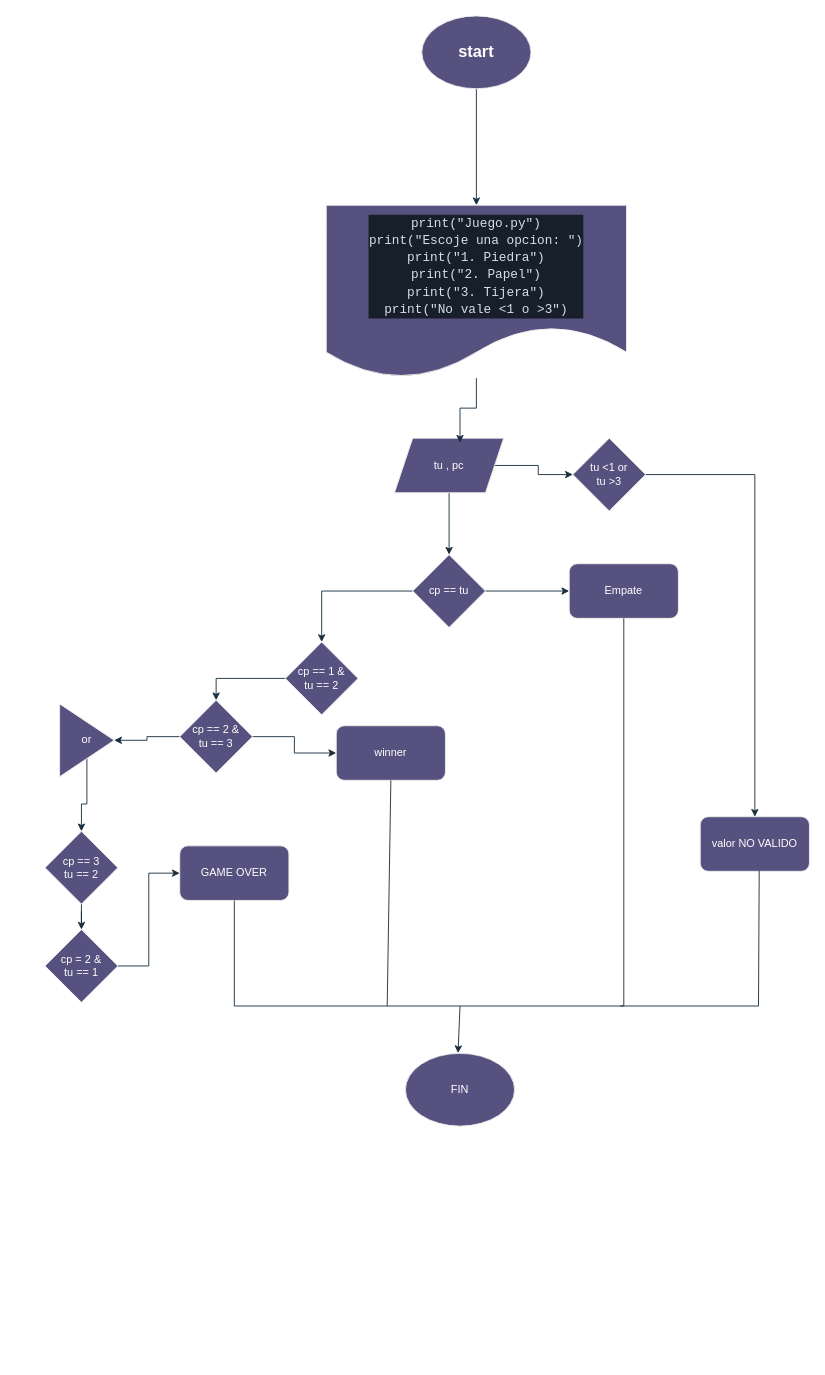
Above: diagrama.drawio in AlfonzoDebian/Juego-Random (draw.io), before the change. Source tidied: cells renumbered, new cells numbered last; positions are measured from the earlier drawing's top-left corner, leaving out a move shared by most shapes. Both pictures are drawn from the tidied source at 91%, with x=0, y=0 at pixel (45, 15).
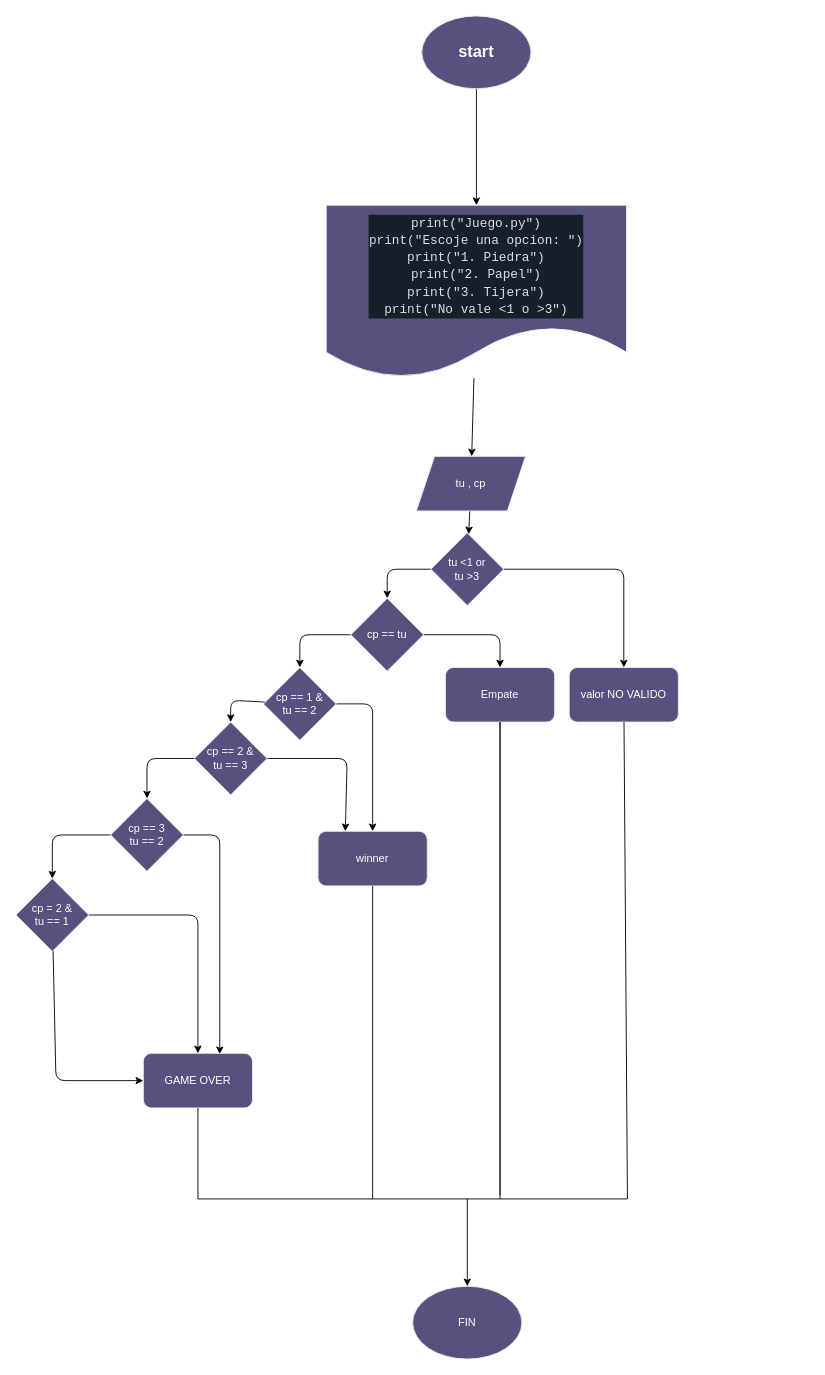
Above is the later version.

The change refers to these unchanged cells:
```xml
<mxCell id="3" value="&lt;h2&gt;start&lt;/h2&gt;" style="ellipse;whiteSpace=wrap;html=1;fillColor=#56517E;strokeColor=#EEEEEE;labelBackgroundColor=none;fontColor=#FFFFFF;" parent="1" vertex="1">
  <mxGeometry x="414" width="120" height="80" as="geometry" />
</mxCell>
<mxCell id="7" value="&lt;div style=&quot;color: rgb(217, 223, 231); background-color: rgb(23, 31, 43); font-family: &amp;quot;Victor Mono Thin&amp;quot;, Consolas, &amp;quot;Courier New&amp;quot;, monospace; font-size: 14px; line-height: 19px; white-space: pre;&quot;&gt;&lt;div&gt;print(&quot;Juego.py&quot;)&lt;/div&gt;&lt;div&gt;print(&quot;Escoje una opcion: &quot;)&lt;/div&gt;&lt;div&gt;print(&quot;1. Piedra&quot;)&lt;/div&gt;&lt;div&gt;print(&quot;2. Papel&quot;)&lt;/div&gt;&lt;div&gt;print(&quot;3. Tijera&quot;)&lt;/div&gt;&lt;div&gt;print(&quot;No vale &amp;lt;1 o &amp;gt;3&quot;)&lt;/div&gt;&lt;/div&gt;" style="shape=document;whiteSpace=wrap;html=1;boundedLbl=1;fillColor=#56517E;strokeColor=#EEEEEE;labelBackgroundColor=none;fontColor=#FFFFFF;" parent="1" vertex="1">
  <mxGeometry x="309" y="208" width="330" height="190" as="geometry" />
</mxCell>
```

Diff of the diagram source:
```diff
@@
-    <mxCell id="2" style="edgeStyle=orthogonalEdgeStyle;rounded=0;jettySize=auto;html=1;entryX=0.5;entryY=0;entryDx=0;entryDy=0;labelBackgroundColor=none;strokeColor=#182E3E;fontColor=default;" parent="1" edge="1" source="3" target="7">
+    <mxCell id="2" style="edgeStyle=none;html=1;entryX=0.5;entryY=0;entryDx=0;entryDy=0;" parent="1" edge="1" source="3" target="7">
       <mxGeometry relative="1" as="geometry" />
     </mxCell>
@@
-    <mxCell id="4" style="edgeStyle=orthogonalEdgeStyle;rounded=0;jettySize=auto;html=1;labelBackgroundColor=none;strokeColor=#182E3E;fontColor=default;" parent="1" edge="1" source="6" target="11">
-      <mxGeometry relative="1" as="geometry" />
-    </mxCell>
-    <mxCell id="5" style="edgeStyle=orthogonalEdgeStyle;rounded=0;jettySize=auto;html=1;strokeColor=#182E3E;" parent="1" edge="1" source="6" target="33">
+    <mxCell id="5" style="edgeStyle=none;html=1;" parent="1" edge="1" source="6" target="33">
       <mxGeometry relative="1" as="geometry" />
     </mxCell>
-    <mxCell id="6" value="tu , pc" style="shape=parallelogram;perimeter=parallelogramPerimeter;whiteSpace=wrap;html=1;fixedSize=1;fillColor=#56517E;fontColor=#FFFFFF;strokeColor=#EEEEEE;labelBackgroundColor=none;" parent="1" vertex="1">
-      <mxGeometry x="384" y="464" width="120" height="60" as="geometry" />
+    <mxCell id="6" value="tu , cp" style="shape=parallelogram;perimeter=parallelogramPerimeter;whiteSpace=wrap;html=1;fixedSize=1;fillColor=#56517E;fontColor=#FFFFFF;strokeColor=#EEEEEE;labelBackgroundColor=none;" parent="1" vertex="1">
+      <mxGeometry x="408" y="484" width="120" height="60" as="geometry" />
     </mxCell>
+    <mxCell id="8" style="edgeStyle=none;html=1;" parent="1" edge="1" source="7" target="6">
+      <mxGeometry relative="1" as="geometry" />
+    </mxCell>
@@
-    <mxCell id="8" style="edgeStyle=orthogonalEdgeStyle;rounded=0;jettySize=auto;html=1;entryX=0.6;entryY=0.083;entryDx=0;entryDy=0;entryPerimeter=0;labelBackgroundColor=none;strokeColor=#182E3E;fontColor=default;" parent="1" edge="1" source="7" target="6">
-      <mxGeometry relative="1" as="geometry" />
-    </mxCell>
+    <mxCell id="10" style="edgeStyle=none;html=1;entryX=0.5;entryY=0;entryDx=0;entryDy=0;" parent="1" edge="1" source="11" target="15">
+      <mxGeometry relative="1" as="geometry">
+        <Array as="points">
+          <mxPoint x="280" y="680" />
+        </Array>
+      </mxGeometry>
+    </mxCell>
-    <mxCell id="9" style="edgeStyle=orthogonalEdgeStyle;rounded=0;jettySize=auto;html=1;labelBackgroundColor=none;strokeColor=#182E3E;fontColor=default;" parent="1" edge="1" source="11" target="12">
-      <mxGeometry relative="1" as="geometry" />
+    <mxCell id="9" style="edgeStyle=none;html=1;entryX=0.5;entryY=0;entryDx=0;entryDy=0;" parent="1" edge="1" source="11" target="12">
+      <mxGeometry relative="1" as="geometry">
+        <Array as="points">
+          <mxPoint x="500" y="680" />
+        </Array>
+      </mxGeometry>
     </mxCell>
-    <mxCell id="10" style="edgeStyle=orthogonalEdgeStyle;rounded=0;jettySize=auto;html=1;entryX=0.5;entryY=0;entryDx=0;entryDy=0;strokeColor=#182E3E;" parent="1" edge="1" source="11" target="15">
-      <mxGeometry relative="1" as="geometry" />
-    </mxCell>
     <mxCell id="11" value="cp == tu" style="rhombus;whiteSpace=wrap;html=1;labelBackgroundColor=none;fillColor=#56517E;strokeColor=#EEEEEE;fontColor=#FFFFFF;" parent="1" vertex="1">
-      <mxGeometry x="404" y="592" width="80" height="80" as="geometry" />
+      <mxGeometry x="336" y="640" width="80" height="80" as="geometry" />
     </mxCell>
     <mxCell id="12" value="Empate" style="rounded=1;whiteSpace=wrap;html=1;labelBackgroundColor=none;fillColor=#56517E;strokeColor=#EEEEEE;fontColor=#FFFFFF;" parent="1" vertex="1">
-      <mxGeometry x="576" y="602" width="120" height="60" as="geometry" />
+      <mxGeometry x="440" y="716" width="120" height="60" as="geometry" />
     </mxCell>
     <mxCell id="13" value="FIN" style="ellipse;whiteSpace=wrap;html=1;labelBackgroundColor=none;fillColor=#56517E;strokeColor=#EEEEEE;fontColor=#FFFFFF;" parent="1" vertex="1">
-      <mxGeometry x="396" y="1140" width="120" height="80" as="geometry" />
+      <mxGeometry x="404" y="1396" width="120" height="80" as="geometry" />
     </mxCell>
-    <mxCell id="14" style="edgeStyle=orthogonalEdgeStyle;rounded=0;jettySize=auto;html=1;entryX=0.5;entryY=0;entryDx=0;entryDy=0;strokeColor=#182E3E;" parent="1" edge="1" source="15" target="18">
-      <mxGeometry relative="1" as="geometry" />
+    <mxCell id="14" style="edgeStyle=none;html=1;entryX=0.5;entryY=0;entryDx=0;entryDy=0;" parent="1" edge="1" source="15" target="18">
+      <mxGeometry relative="1" as="geometry">
+        <Array as="points">
+          <mxPoint x="204" y="752" />
+        </Array>
+      </mxGeometry>
     </mxCell>
+    <mxCell id="37" style="edgeStyle=none;html=1;entryX=0.5;entryY=0;entryDx=0;entryDy=0;" parent="1" edge="1" source="15" target="19">
+      <mxGeometry relative="1" as="geometry">
+        <Array as="points">
+          <mxPoint x="360" y="756" />
+        </Array>
+      </mxGeometry>
+    </mxCell>
     <mxCell id="15" value="cp == 1 &amp;amp;&lt;div&gt;tu == 2&lt;/div&gt;" style="rhombus;whiteSpace=wrap;html=1;strokeColor=#EEEEEE;fontColor=#FFFFFF;fillColor=#56517E;" parent="1" vertex="1">
-      <mxGeometry x="264" y="688" width="80" height="80" as="geometry" />
+      <mxGeometry x="240" y="716" width="80" height="80" as="geometry" />
     </mxCell>
+    <mxCell id="38" style="edgeStyle=none;html=1;entryX=0.5;entryY=0;entryDx=0;entryDy=0;" parent="1" edge="1" source="18" target="23">
+      <mxGeometry relative="1" as="geometry">
+        <Array as="points">
+          <mxPoint x="112" y="816" />
+        </Array>
+      </mxGeometry>
+    </mxCell>
-    <mxCell id="16" style="edgeStyle=orthogonalEdgeStyle;rounded=0;jettySize=auto;html=1;entryX=0;entryY=0.5;entryDx=0;entryDy=0;strokeColor=#182E3E;" parent="1" edge="1" source="18" target="19">
-      <mxGeometry relative="1" as="geometry" />
+    <mxCell id="16" style="edgeStyle=none;html=1;entryX=0.25;entryY=0;entryDx=0;entryDy=0;" parent="1" edge="1" source="18" target="19">
+      <mxGeometry relative="1" as="geometry">
+        <Array as="points">
+          <mxPoint x="332" y="816" />
+        </Array>
+      </mxGeometry>
     </mxCell>
-    <mxCell id="17" style="edgeStyle=orthogonalEdgeStyle;rounded=0;jettySize=auto;html=1;strokeColor=#182E3E;" parent="1" edge="1" source="18" target="25">
-      <mxGeometry relative="1" as="geometry" />
-    </mxCell>
     <mxCell id="18" value="cp == 2 &amp;amp;&lt;div&gt;tu == 3&lt;/div&gt;" style="rhombus;whiteSpace=wrap;html=1;strokeColor=#EEEEEE;fontColor=#FFFFFF;fillColor=#56517E;" parent="1" vertex="1">
-      <mxGeometry x="148" y="752" width="80" height="80" as="geometry" />
+      <mxGeometry x="164" y="776" width="80" height="80" as="geometry" />
     </mxCell>
     <mxCell id="19" value="winner" style="rounded=1;whiteSpace=wrap;html=1;strokeColor=#EEEEEE;fontColor=#FFFFFF;fillColor=#56517E;" parent="1" vertex="1">
-      <mxGeometry x="320" y="780" width="120" height="60" as="geometry" />
+      <mxGeometry x="300" y="896" width="120" height="60" as="geometry" />
     </mxCell>
-    <mxCell id="20" style="edgeStyle=orthogonalEdgeStyle;rounded=0;jettySize=auto;html=1;entryX=0;entryY=0.5;entryDx=0;entryDy=0;strokeColor=#182E3E;" parent="1" edge="1" source="21" target="26">
-      <mxGeometry relative="1" as="geometry" />
-    </mxCell>
+    <mxCell id="39" style="edgeStyle=none;html=1;entryX=0.5;entryY=0;entryDx=0;entryDy=0;" parent="1" edge="1" source="21" target="26">
+      <mxGeometry relative="1" as="geometry">
+        <Array as="points">
+          <mxPoint x="168" y="988" />
+        </Array>
+      </mxGeometry>
+    </mxCell>
+    <mxCell id="40" style="edgeStyle=none;html=1;entryX=0;entryY=0.5;entryDx=0;entryDy=0;" parent="1" edge="1" source="21" target="26">
+      <mxGeometry relative="1" as="geometry">
+        <Array as="points">
+          <mxPoint x="12" y="1170" />
+        </Array>
+      </mxGeometry>
+    </mxCell>
     <mxCell id="21" value="cp = 2 &amp;amp;&lt;div&gt;tu == 1&lt;/div&gt;" style="rhombus;whiteSpace=wrap;html=1;strokeColor=#EEEEEE;fontColor=#FFFFFF;fillColor=#56517E;" parent="1" vertex="1">
-      <mxGeometry y="1004" width="80" height="80" as="geometry" />
+      <mxGeometry x="-32" y="948" width="80" height="80" as="geometry" />
     </mxCell>
-    <mxCell id="22" style="edgeStyle=orthogonalEdgeStyle;rounded=0;jettySize=auto;html=1;strokeColor=#182E3E;" parent="1" edge="1" source="23" target="21">
-      <mxGeometry relative="1" as="geometry" />
+    <mxCell id="22" style="edgeStyle=none;html=1;entryX=0.5;entryY=0;entryDx=0;entryDy=0;" parent="1" edge="1" source="23" target="21">
+      <mxGeometry relative="1" as="geometry">
+        <Array as="points">
+          <mxPoint x="8" y="900" />
+        </Array>
+      </mxGeometry>
     </mxCell>
+    <mxCell id="41" style="edgeStyle=none;html=1;entryX=0.7;entryY=0.017;entryDx=0;entryDy=0;entryPerimeter=0;" parent="1" edge="1" source="23" target="26">
+      <mxGeometry relative="1" as="geometry">
+        <Array as="points">
+          <mxPoint x="192" y="900" />
+        </Array>
+      </mxGeometry>
+    </mxCell>
     <mxCell id="23" value="cp == 3&lt;div&gt;tu == 2&lt;/div&gt;" style="rhombus;whiteSpace=wrap;html=1;strokeColor=#EEEEEE;fontColor=#FFFFFF;fillColor=#56517E;" parent="1" vertex="1">
-      <mxGeometry y="896" width="80" height="80" as="geometry" />
+      <mxGeometry x="72" y="860" width="80" height="80" as="geometry" />
     </mxCell>
-    <mxCell id="24" style="edgeStyle=orthogonalEdgeStyle;rounded=0;jettySize=auto;html=1;entryX=0.5;entryY=0;entryDx=0;entryDy=0;strokeColor=#182E3E;" parent="1" edge="1" source="25" target="23">
-      <mxGeometry relative="1" as="geometry" />
-    </mxCell>
-    <mxCell id="25" value="or" style="triangle;whiteSpace=wrap;html=1;strokeColor=#EEEEEE;fontColor=#FFFFFF;fillColor=#56517E;" parent="1" vertex="1">
-      <mxGeometry x="16" y="756" width="60" height="80" as="geometry" />
-    </mxCell>
     <mxCell id="26" value="GAME OVER" style="rounded=1;whiteSpace=wrap;html=1;strokeColor=#EEEEEE;fontColor=#FFFFFF;fillColor=#56517E;" parent="1" vertex="1">
-      <mxGeometry x="148" y="912" width="120" height="60" as="geometry" />
+      <mxGeometry x="108" y="1140" width="120" height="60" as="geometry" />
     </mxCell>
-    <mxCell id="27" style="endArrow=none;html=1;rounded=0;strokeColor=#182E3E;entryX=0.5;entryY=1;entryDx=0;entryDy=0;" parent="1" edge="1" target="26">
-      <mxGeometry relative="1" as="geometry">
-        <mxPoint x="208" y="1088" as="sourcePoint" />
-      </mxGeometry>
-    </mxCell>
-    <mxCell id="28" style="endArrow=none;html=1;rounded=0;strokeColor=#182E3E;entryX=0.5;entryY=1;entryDx=0;entryDy=0;" parent="1" edge="1" target="12">
-      <mxGeometry relative="1" as="geometry">
-        <mxPoint x="636" y="1088" as="sourcePoint" />
-      </mxGeometry>
-    </mxCell>
-    <mxCell id="29" style="endArrow=none;html=1;rounded=0;strokeColor=#182E3E;entryX=0.5;entryY=1;entryDx=0;entryDy=0;" parent="1" edge="1" target="19">
-      <mxGeometry relative="1" as="geometry">
-        <mxPoint x="376" y="1088" as="sourcePoint" />
-      </mxGeometry>
-    </mxCell>
-    <mxCell id="30" style="endArrow=none;html=1;rounded=0;strokeColor=#182E3E;" parent="1" edge="1">
-      <mxGeometry relative="1" as="geometry">
-        <mxPoint x="208" y="1088" as="sourcePoint" />
-        <mxPoint x="636" y="1088" as="targetPoint" />
-      </mxGeometry>
-    </mxCell>
-    <mxCell id="31" style="endArrow=classic;html=1;rounded=0;strokeColor=#182E3E;entryX=0.482;entryY=-0.003;entryDx=0;entryDy=0;entryPerimeter=0;" parent="1" edge="1" target="13">
-      <mxGeometry relative="1" as="geometry">
-        <mxPoint x="456" y="1088" as="sourcePoint" />
-      </mxGeometry>
-    </mxCell>
+    <mxCell id="42" style="edgeStyle=none;html=1;entryX=0.5;entryY=0;entryDx=0;entryDy=0;" parent="1" edge="1" source="33" target="11">
+      <mxGeometry relative="1" as="geometry">
+        <Array as="points">
+          <mxPoint x="376" y="608" />
+        </Array>
+      </mxGeometry>
+    </mxCell>
-    <mxCell id="32" style="edgeStyle=orthogonalEdgeStyle;rounded=0;jettySize=auto;html=1;entryX=0.5;entryY=0;entryDx=0;entryDy=0;strokeColor=#182E3E;" parent="1" edge="1" source="33" target="34">
-      <mxGeometry relative="1" as="geometry" />
+    <mxCell id="32" style="edgeStyle=none;html=1;entryX=0.5;entryY=0;entryDx=0;entryDy=0;" parent="1" edge="1" source="33" target="34">
+      <mxGeometry relative="1" as="geometry">
+        <Array as="points">
+          <mxPoint x="636" y="608" />
+        </Array>
+      </mxGeometry>
     </mxCell>
     <mxCell id="33" value="tu &amp;lt;1 or&lt;div&gt;tu &amp;gt;3&lt;/div&gt;" style="rhombus;whiteSpace=wrap;html=1;strokeColor=#EEEEEE;fontColor=#FFFFFF;fillColor=#56517E;" parent="1" vertex="1">
-      <mxGeometry x="580" y="464" width="80" height="80" as="geometry" />
+      <mxGeometry x="424" y="568" width="80" height="80" as="geometry" />
     </mxCell>
     <mxCell id="34" value="valor NO VALIDO" style="rounded=1;whiteSpace=wrap;html=1;strokeColor=#EEEEEE;fontColor=#FFFFFF;fillColor=#56517E;" parent="1" vertex="1">
-      <mxGeometry x="720" y="880" width="120" height="60" as="geometry" />
+      <mxGeometry x="576" y="716" width="120" height="60" as="geometry" />
     </mxCell>
-    <mxCell id="35" style="endArrow=none;html=1;rounded=0;strokeColor=#182E3E;" parent="1" edge="1">
-      <mxGeometry relative="1" as="geometry">
-        <mxPoint x="632" y="1088" as="sourcePoint" />
-        <mxPoint x="784" y="1088" as="targetPoint" />
-      </mxGeometry>
-    </mxCell>
-    <mxCell id="36" style="endArrow=none;html=1;rounded=0;strokeColor=#182E3E;entryX=0.54;entryY=0.987;entryDx=0;entryDy=0;entryPerimeter=0;" parent="1" edge="1" target="34">
-      <mxGeometry relative="1" as="geometry">
-        <mxPoint x="784" y="1088" as="sourcePoint" />
-      </mxGeometry>
-    </mxCell>
+    <mxCell id="43" style="endArrow=none;html=1;" parent="1" edge="1">
+      <mxGeometry relative="1" as="geometry">
+        <mxPoint x="168" y="1300" as="sourcePoint" />
+        <mxPoint x="640" y="1300" as="targetPoint" />
+      </mxGeometry>
+    </mxCell>
+    <mxCell id="44" style="endArrow=none;html=1;" parent="1" edge="1" target="34">
+      <mxGeometry relative="1" as="geometry">
+        <mxPoint x="640" y="1300" as="sourcePoint" />
+      </mxGeometry>
+    </mxCell>
+    <mxCell id="45" style="endArrow=none;html=1;entryX=0.5;entryY=1;entryDx=0;entryDy=0;" parent="1" edge="1" target="26">
+      <mxGeometry relative="1" as="geometry">
+        <mxPoint x="168" y="1300" as="sourcePoint" />
+      </mxGeometry>
+    </mxCell>
+    <mxCell id="46" style="endArrow=none;html=1;entryX=0.5;entryY=1;entryDx=0;entryDy=0;" parent="1" edge="1" target="12">
+      <mxGeometry relative="1" as="geometry">
+        <mxPoint x="500" y="1296" as="sourcePoint" />
+      </mxGeometry>
+    </mxCell>
+    <mxCell id="47" style="endArrow=none;html=1;entryX=0.5;entryY=1;entryDx=0;entryDy=0;" parent="1" edge="1" target="12">
+      <mxGeometry relative="1" as="geometry">
+        <mxPoint x="500" y="1300" as="sourcePoint" />
+      </mxGeometry>
+    </mxCell>
+    <mxCell id="48" style="endArrow=none;html=1;entryX=0.5;entryY=1;entryDx=0;entryDy=0;" parent="1" edge="1" target="19">
+      <mxGeometry relative="1" as="geometry">
+        <mxPoint x="360" y="1300" as="sourcePoint" />
+      </mxGeometry>
+    </mxCell>
+    <mxCell id="49" style="endArrow=classic;html=1;entryX=0.5;entryY=0;entryDx=0;entryDy=0;" parent="1" edge="1" target="13">
+      <mxGeometry relative="1" as="geometry">
+        <mxPoint x="464" y="1300" as="sourcePoint" />
+      </mxGeometry>
+    </mxCell>
```
